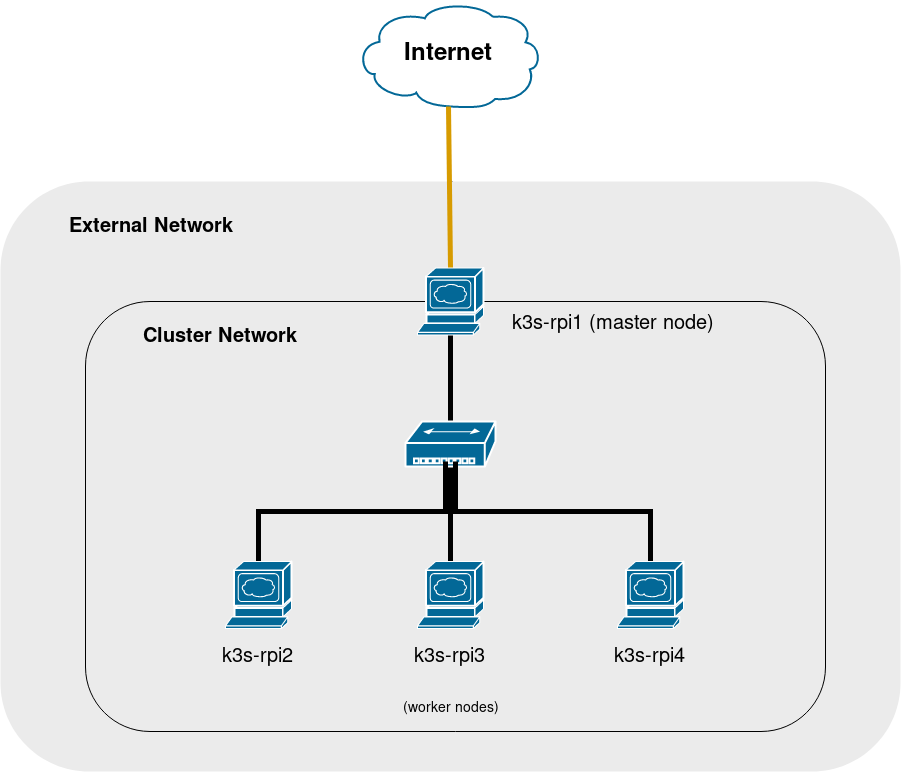
Above: images/k3s-rpi-architecture.png in amuttsch/rpi-k3s-openfaas (draw.io), before the change. Source tidied: cells renumbered, new cells last; positions are measured from the earlier drawing's top-left corner, leaving out a move shared by most shapes. Its diagram source:
```xml
<mxGraphModel>
  <root>
    <mxCell id="0" style="html=1;" />
    <mxCell id="1" style="html=1;" parent="0" />
    <mxCell id="2" value="Internet" style="shape=mxgraph.cisco.storage.cloud;html=1;dashed=0;strokeColor=#036897;fillColor=#ffffff;strokeWidth=2;fontFamily=Helvetica;fontSize=24;fontColor=#000000;align=center;fontStyle=1;" parent="1" vertex="1">
      <mxGeometry x="355" width="186" height="106" as="geometry" />
    </mxCell>
    <mxCell id="3" style="edgeStyle=none;rounded=0;html=1;exitX=0.5;exitY=0;entryX=0.5;entryY=0;entryPerimeter=0;endArrow=none;endFill=0;jettySize=auto;strokeColor=#000000;strokeWidth=5;fontSize=20;" parent="1" edge="1" source="4" target="21">
      <mxGeometry relative="1" as="geometry" />
    </mxCell>
    <mxCell id="4" style="rounded=1;whiteSpace=wrap;html=1;plain-orange;gradientColor=none;strokeColor=none;fillColor=#EBEBEB;" parent="1" vertex="1">
      <mxGeometry y="180" width="900" height="590" as="geometry" />
    </mxCell>
    <mxCell id="5" value="External Network" style="text;html=1;strokeColor=none;fillColor=none;align=center;verticalAlign=middle;whiteSpace=wrap;overflow=hidden;fontSize=20;fontStyle=1;" parent="1" vertex="1">
      <mxGeometry x="45" y="210" width="210" height="30" as="geometry" />
    </mxCell>
    <mxCell id="6" style="rounded=0;html=1;exitX=0.5;exitY=1;exitPerimeter=0;endArrow=none;endFill=0;jettySize=auto;strokeColor=#000000;strokeWidth=5;fontSize=20;" parent="1" edge="1" source="21" target="8">
      <mxGeometry relative="1" as="geometry" />
    </mxCell>
    <mxCell id="7" style="edgeStyle=none;rounded=0;html=1;exitX=0.5;exitY=0;exitPerimeter=0;entryX=0.5;entryY=0.99;entryPerimeter=0;endArrow=none;endFill=0;jettySize=auto;strokeWidth=5;fontSize=20;plain-orange;" parent="1" edge="1" source="21" target="2">
      <mxGeometry relative="1" as="geometry" />
    </mxCell>
    <mxCell id="8" style="rounded=1;whiteSpace=wrap;html=1;fillColor=#EBEBEB;gradientColor=none;fontSize=20;" parent="1" vertex="1">
      <mxGeometry x="85" y="300" width="740" height="430" as="geometry" />
    </mxCell>
    <mxCell id="9" value="Cluster Network&lt;br&gt;" style="text;html=1;strokeColor=none;fillColor=none;align=center;verticalAlign=middle;whiteSpace=wrap;overflow=hidden;fontSize=20;fontStyle=1;" parent="1" vertex="1">
      <mxGeometry x="125" y="320" width="190" height="30" as="geometry" />
    </mxCell>
    <mxCell id="10" style="edgeStyle=none;rounded=0;html=1;exitX=0.5;exitY=0;exitPerimeter=0;endArrow=none;endFill=0;jettySize=auto;strokeColor=#000000;strokeWidth=5;fontSize=20;entryX=0.5;entryY=1;entryDx=0;entryDy=0;entryPerimeter=0;" parent="1" edge="1" source="12" target="21">
      <mxGeometry relative="1" as="geometry" />
    </mxCell>
    <mxCell id="11" style="rounded=0;html=1;exitX=0.5;exitY=1;exitPerimeter=0;entryX=0.5;entryY=0;entryPerimeter=0;endArrow=none;endFill=0;jettySize=auto;strokeColor=#000000;strokeWidth=5;fontSize=20;edgeStyle=orthogonalEdgeStyle;" parent="1" edge="1" source="12" target="13">
      <mxGeometry relative="1" as="geometry" />
    </mxCell>
    <mxCell id="12" style="shape=mxgraph.cisco.hubs_and_gateways.small_hub;html=1;dashed=0;fillColor=#036897;strokeColor=#ffffff;strokeWidth=2;verticalLabelPosition=bottom;verticalAlign=top;fontSize=20;" parent="1" vertex="1">
      <mxGeometry x="405" y="420" width="90" height="45" as="geometry" />
    </mxCell>
    <mxCell id="13" style="shape=mxgraph.cisco.servers.www_server;html=1;dashed=0;fillColor=#036897;strokeColor=#ffffff;strokeWidth=2;verticalLabelPosition=bottom;verticalAlign=top;fontSize=20;" parent="1" vertex="1">
      <mxGeometry x="417" y="560" width="66" height="67" as="geometry" />
    </mxCell>
    <mxCell id="14" style="edgeStyle=orthogonalEdgeStyle;rounded=0;html=1;exitX=0.5;exitY=0;exitPerimeter=0;endArrow=none;endFill=0;jettySize=auto;strokeColor=#000000;strokeWidth=5;fontSize=20;" parent="1" edge="1" source="15">
      <mxGeometry relative="1" as="geometry">
        <mxPoint x="445" y="460" as="targetPoint" />
      </mxGeometry>
    </mxCell>
    <mxCell id="15" style="shape=mxgraph.cisco.servers.www_server;html=1;dashed=0;fillColor=#036897;strokeColor=#ffffff;strokeWidth=2;verticalLabelPosition=bottom;verticalAlign=top;fontSize=20;" parent="1" vertex="1">
      <mxGeometry x="225" y="560" width="66" height="67" as="geometry" />
    </mxCell>
    <mxCell id="16" style="edgeStyle=orthogonalEdgeStyle;rounded=0;html=1;exitX=0.5;exitY=0;exitPerimeter=0;endArrow=none;endFill=0;jettySize=auto;strokeColor=#000000;strokeWidth=5;fontSize=20;" parent="1" edge="1" source="17">
      <mxGeometry relative="1" as="geometry">
        <mxPoint x="455" y="460" as="targetPoint" />
      </mxGeometry>
    </mxCell>
    <mxCell id="17" style="shape=mxgraph.cisco.servers.www_server;html=1;dashed=0;fillColor=#036897;strokeColor=#ffffff;strokeWidth=2;verticalLabelPosition=bottom;verticalAlign=top;fontSize=20;" parent="1" vertex="1">
      <mxGeometry x="617" y="560" width="66" height="67" as="geometry" />
    </mxCell>
    <mxCell id="18" value="k3s-rpi2" style="text;html=1;strokeColor=none;fillColor=none;align=center;verticalAlign=middle;whiteSpace=wrap;overflow=hidden;fontSize=20;" parent="1" vertex="1">
      <mxGeometry x="220" y="640" width="75" height="30" as="geometry" />
    </mxCell>
    <mxCell id="19" value="k3s-rpi3" style="text;html=1;strokeColor=none;fillColor=none;align=center;verticalAlign=middle;whiteSpace=wrap;overflow=hidden;fontSize=20;" parent="1" vertex="1">
      <mxGeometry x="412" y="640" width="75" height="30" as="geometry" />
    </mxCell>
    <mxCell id="20" value="k3s-rpi4" style="text;html=1;strokeColor=none;fillColor=none;align=center;verticalAlign=middle;whiteSpace=wrap;overflow=hidden;fontSize=20;" parent="1" vertex="1">
      <mxGeometry x="612" y="640" width="75" height="30" as="geometry" />
    </mxCell>
    <mxCell id="21" style="shape=mxgraph.cisco.servers.www_server;html=1;dashed=0;fillColor=#036897;strokeColor=#ffffff;strokeWidth=2;verticalLabelPosition=bottom;verticalAlign=top;fontSize=20;" parent="1" vertex="1">
      <mxGeometry x="417" y="266.5" width="66" height="67" as="geometry" />
    </mxCell>
    <mxCell id="22" value="&lt;font style=&quot;font-size: 14px&quot;&gt;(worker nodes)&lt;/font&gt;" style="text;html=1;strokeColor=none;fillColor=none;align=center;verticalAlign=middle;whiteSpace=wrap;overflow=hidden;fontSize=20;" parent="1" vertex="1">
      <mxGeometry x="319" y="690" width="262" height="30" as="geometry" />
    </mxCell>
    <mxCell id="23" value="k3s-rpi1 (master node)" style="text;html=1;strokeColor=none;fillColor=none;align=center;verticalAlign=middle;whiteSpace=wrap;overflow=hidden;fontSize=20;" parent="1" vertex="1">
      <mxGeometry x="495" y="308" width="234" height="27" as="geometry" />
    </mxCell>
  </root>
</mxGraphModel>
```
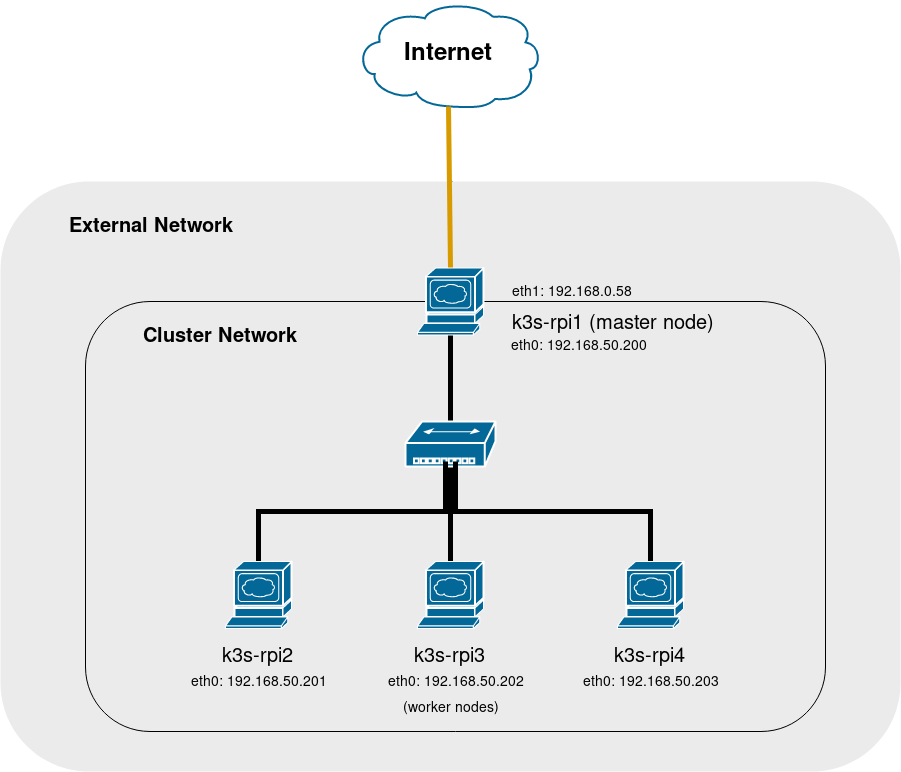
Later version of the same file.

Change to the diagram source:
```diff
@@ -72,5 +72,20 @@
     <mxCell id="23" value="k3s-rpi1 (master node)" style="text;html=1;strokeColor=none;fillColor=none;align=center;verticalAlign=middle;whiteSpace=wrap;overflow=hidden;fontSize=20;" parent="1" vertex="1">
       <mxGeometry x="495" y="308" width="234" height="27" as="geometry" />
     </mxCell>
+    <mxCell id="24" value="eth1: 192.168.0.58" style="text;html=1;strokeColor=none;fillColor=none;align=center;verticalAlign=middle;whiteSpace=wrap;rounded=0;fontSize=14;" parent="1" vertex="1">
+      <mxGeometry x="506" y="280" width="130" height="20" as="geometry" />
+    </mxCell>
+    <mxCell id="25" value="eth0: 192.168.50.200" style="text;html=1;strokeColor=none;fillColor=none;align=center;verticalAlign=middle;whiteSpace=wrap;rounded=0;fontSize=14;" parent="1" vertex="1">
+      <mxGeometry x="498" y="334.5" width="160" height="20" as="geometry" />
+    </mxCell>
+    <mxCell id="26" value="eth0: 192.168.50.201" style="text;html=1;strokeColor=none;fillColor=none;align=center;verticalAlign=middle;whiteSpace=wrap;rounded=0;fontSize=14;" parent="1" vertex="1">
+      <mxGeometry x="175.5" y="670" width="165" height="20" as="geometry" />
+    </mxCell>
+    <mxCell id="27" value="eth0: 192.168.50.202" style="text;html=1;strokeColor=none;fillColor=none;align=center;verticalAlign=middle;whiteSpace=wrap;rounded=0;fontSize=14;" parent="1" vertex="1">
+      <mxGeometry x="374.5" y="670" width="161" height="20" as="geometry" />
+    </mxCell>
+    <mxCell id="28" value="eth0: 192.168.50.203" style="text;html=1;strokeColor=none;fillColor=none;align=center;verticalAlign=middle;whiteSpace=wrap;rounded=0;fontSize=14;" parent="1" vertex="1">
+      <mxGeometry x="570" y="670" width="160" height="20" as="geometry" />
+    </mxCell>
   </root>
 </mxGraphModel>
```
